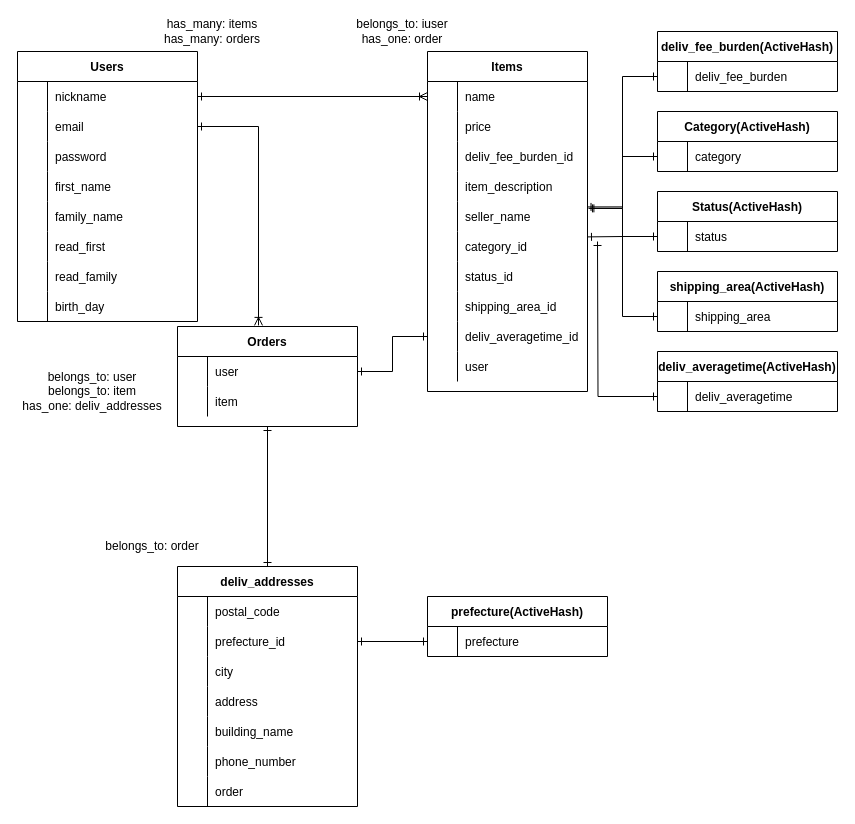
Before: ER.dio in kajihirocpa/furima-34700, a draw.io diagram. Source tidied: cells renumbered, new cells numbered last; positions are measured from the earlier drawing's top-left corner, leaving out a move shared by most shapes. Both pictures are drawn from the tidied source at 100%, with x=0, y=0 at pixel (17, 21).
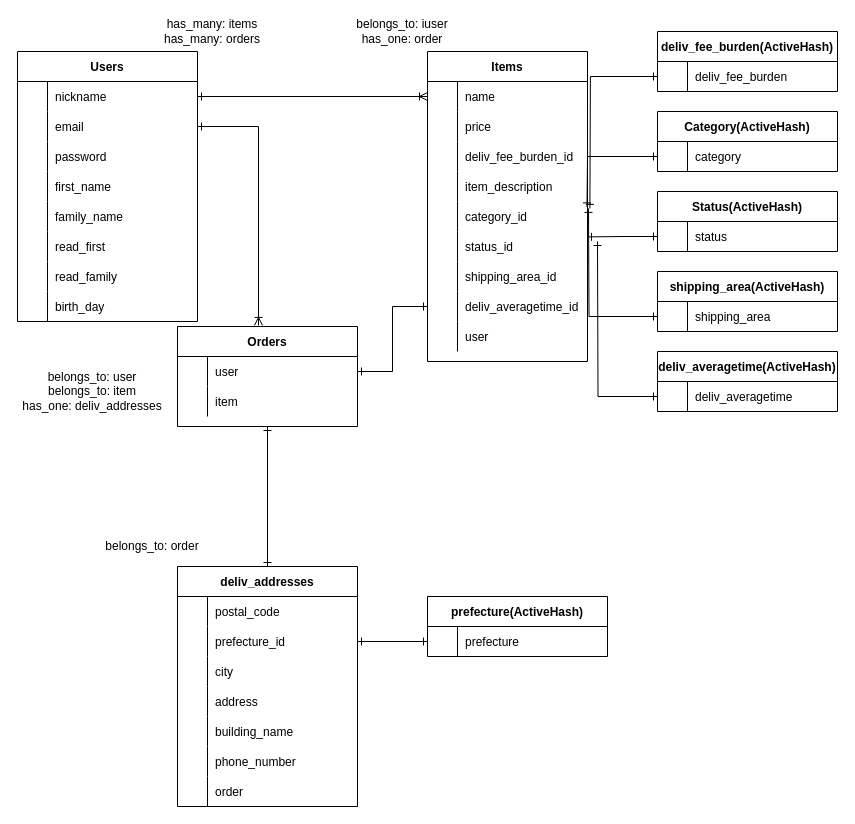
The same diagram, later.

Commit message (it also covers changes not shown here):
データベース設計の修正対応_#3

Unchanged cells that the change refers to:
```xml
<mxCell id="95" style="shape=partialRectangle;fillColor=none;top=0;left=0;bottom=0;right=0;points=[[0,0.5],[1,0.5]];portConstraint=eastwest;" parent="94" vertex="1">
  <mxGeometry y="30" width="180" height="30" as="geometry" />
</mxCell>
<mxCell id="103" style="shape=partialRectangle;fillColor=none;top=0;left=0;bottom=0;right=0;points=[[0,0.5],[1,0.5]];portConstraint=eastwest;" parent="102" vertex="1">
  <mxGeometry y="30" width="180" height="30" as="geometry" />
</mxCell>
<mxCell id="107" style="shape=partialRectangle;fillColor=none;top=0;left=0;bottom=0;right=0;points=[[0,0.5],[1,0.5]];portConstraint=eastwest;" parent="106" vertex="1">
  <mxGeometry y="30" width="180" height="30" as="geometry" />
</mxCell>
```

Diff of the diagram source:
```diff
@@
     <mxCell id="27" value="Items" style="shape=table;startSize=30;childLayout=tableLayout;rowLines=0;fontStyle=1;align=center;" parent="1" vertex="1">
-      <mxGeometry x="410" y="30" width="160" height="340" as="geometry" />
+      <mxGeometry x="410" y="30" width="160" height="310" as="geometry" />
     </mxCell>
@@
-    <mxCell id="40" style="shape=partialRectangle;fillColor=none;top=0;left=0;bottom=0;right=0;points=[[0,0.5],[1,0.5]];portConstraint=eastwest;" parent="27" vertex="1">
-      <mxGeometry y="150" width="160" height="30" as="geometry" />
-    </mxCell>
-    <mxCell id="41" style="shape=partialRectangle;fillColor=none;top=0;left=0;bottom=0;right=0;overflow=hidden;" parent="40" vertex="1">
-      <mxGeometry width="30" height="30" as="geometry" />
-    </mxCell>
-    <mxCell id="42" value="seller_name" style="shape=partialRectangle;fillColor=none;top=0;left=0;bottom=0;right=0;align=left;spacingLeft=6;overflow=hidden;" parent="40" vertex="1">
-      <mxGeometry x="30" width="130" height="30" as="geometry" />
-    </mxCell>
     <mxCell id="43" style="shape=partialRectangle;fillColor=none;top=0;left=0;bottom=0;right=0;" parent="27" vertex="1">
-      <mxGeometry y="180" width="160" height="30" as="geometry" />
+      <mxGeometry y="150" width="160" height="30" as="geometry" />
     </mxCell>
@@
     <mxCell id="46" style="shape=partialRectangle;fillColor=none;top=0;left=0;bottom=0;right=0;" parent="27" vertex="1">
-      <mxGeometry y="210" width="160" height="30" as="geometry" />
+      <mxGeometry y="180" width="160" height="30" as="geometry" />
     </mxCell>
@@
     <mxCell id="49" style="shape=partialRectangle;fillColor=none;top=0;left=0;bottom=0;right=0;" parent="27" vertex="1">
-      <mxGeometry y="240" width="160" height="30" as="geometry" />
+      <mxGeometry y="210" width="160" height="30" as="geometry" />
     </mxCell>
@@
     <mxCell id="52" style="shape=partialRectangle;fillColor=none;top=0;left=0;bottom=0;right=0;points=[[0,0.5],[1,0.5]];portConstraint=eastwest;" parent="27" vertex="1">
-      <mxGeometry y="270" width="160" height="30" as="geometry" />
+      <mxGeometry y="240" width="160" height="30" as="geometry" />
     </mxCell>
@@
     <mxCell id="55" style="shape=partialRectangle;fillColor=none;top=0;left=0;bottom=0;right=0;" parent="27" vertex="1">
-      <mxGeometry y="300" width="160" height="30" as="geometry" />
+      <mxGeometry y="270" width="160" height="30" as="geometry" />
     </mxCell>
@@
-    <mxCell id="114" style="edgeStyle=orthogonalEdgeStyle;rounded=0;jettySize=auto;html=1;exitX=0;exitY=0.5;exitDx=0;exitDy=0;entryX=1.015;entryY=0.229;entryDx=0;entryDy=0;entryPerimeter=0;startArrow=ERone;startFill=0;endArrow=ERone;endFill=0;" parent="1" edge="1" source="103" target="40">
-      <mxGeometry relative="1" as="geometry" />
+    <mxCell id="114" style="edgeStyle=orthogonalEdgeStyle;rounded=0;jettySize=auto;html=1;exitX=0;exitY=0.5;exitDx=0;exitDy=0;entryX=1.015;entryY=0.229;entryDx=0;entryDy=0;entryPerimeter=0;startArrow=ERone;startFill=0;endArrow=ERone;endFill=0;" parent="1" edge="1" source="103">
+      <mxGeometry relative="1" as="geometry">
+        <mxPoint x="572.4" y="186.9" as="targetPoint" />
+      </mxGeometry>
     </mxCell>
-    <mxCell id="115" style="edgeStyle=orthogonalEdgeStyle;rounded=0;jettySize=auto;html=1;exitX=0;exitY=0.5;exitDx=0;exitDy=0;entryX=0.997;entryY=0.181;entryDx=0;entryDy=0;entryPerimeter=0;startArrow=ERone;startFill=0;endArrow=ERone;endFill=0;" parent="1" edge="1" source="95" target="40">
-      <mxGeometry relative="1" as="geometry" />
+    <mxCell id="115" style="edgeStyle=orthogonalEdgeStyle;rounded=0;jettySize=auto;html=1;exitX=0;exitY=0.5;exitDx=0;exitDy=0;entryX=0.997;entryY=0.181;entryDx=0;entryDy=0;entryPerimeter=0;startArrow=ERone;startFill=0;endArrow=ERone;endFill=0;" parent="1" edge="1" source="95">
+      <mxGeometry relative="1" as="geometry">
+        <mxPoint x="569.5" y="185.4" as="targetPoint" />
+      </mxGeometry>
     </mxCell>
@@
-    <mxCell id="117" style="edgeStyle=orthogonalEdgeStyle;rounded=0;jettySize=auto;html=1;exitX=0;exitY=0.5;exitDx=0;exitDy=0;entryX=1.006;entryY=0.229;entryDx=0;entryDy=0;entryPerimeter=0;startArrow=ERone;startFill=0;endArrow=ERone;endFill=0;" parent="1" edge="1" source="107" target="40">
-      <mxGeometry relative="1" as="geometry" />
+    <mxCell id="117" style="edgeStyle=orthogonalEdgeStyle;rounded=0;jettySize=auto;html=1;exitX=0;exitY=0.5;exitDx=0;exitDy=0;entryX=1.006;entryY=0.229;entryDx=0;entryDy=0;entryPerimeter=0;startArrow=ERone;startFill=0;endArrow=ERone;endFill=0;" parent="1" edge="1" source="107">
+      <mxGeometry relative="1" as="geometry">
+        <mxPoint x="571" y="186.9" as="targetPoint" />
+      </mxGeometry>
     </mxCell>
```
